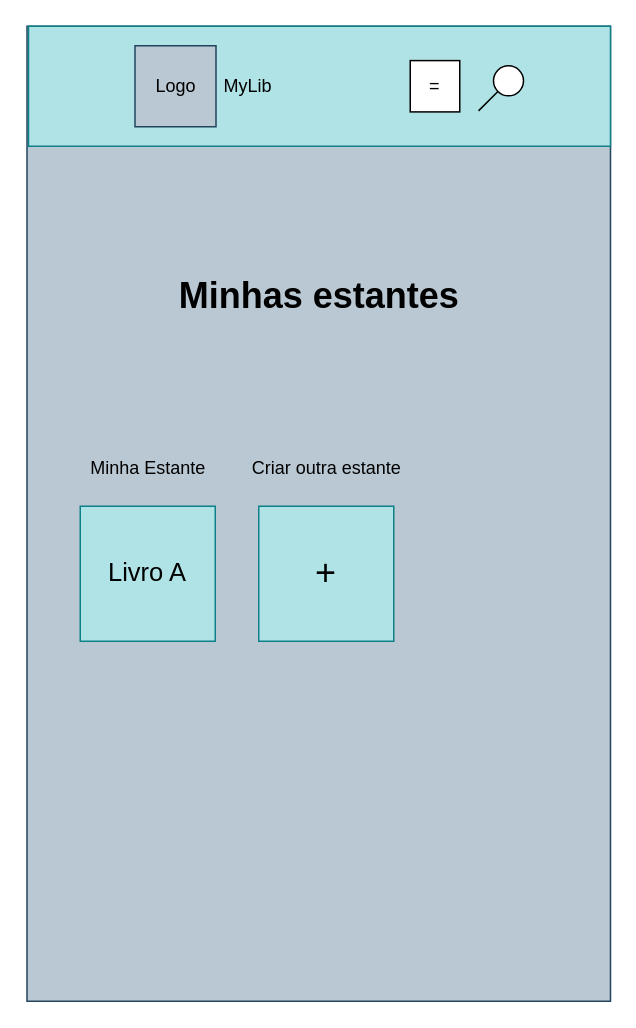
LeoHMuniz/FrontEnd keeps this draw.io diagram as page "Minhas Estantes!" (12 of 13) of Bookshelf.drawio. Above is the earlier version. Source tidied: cells renumbered, new cells numbered last; positions are measured from the earlier drawing's top-left corner, leaving out a move shared by most shapes. Both pictures are drawn from the tidied source at 150%, with x=0, y=0 at pixel (26, 26).
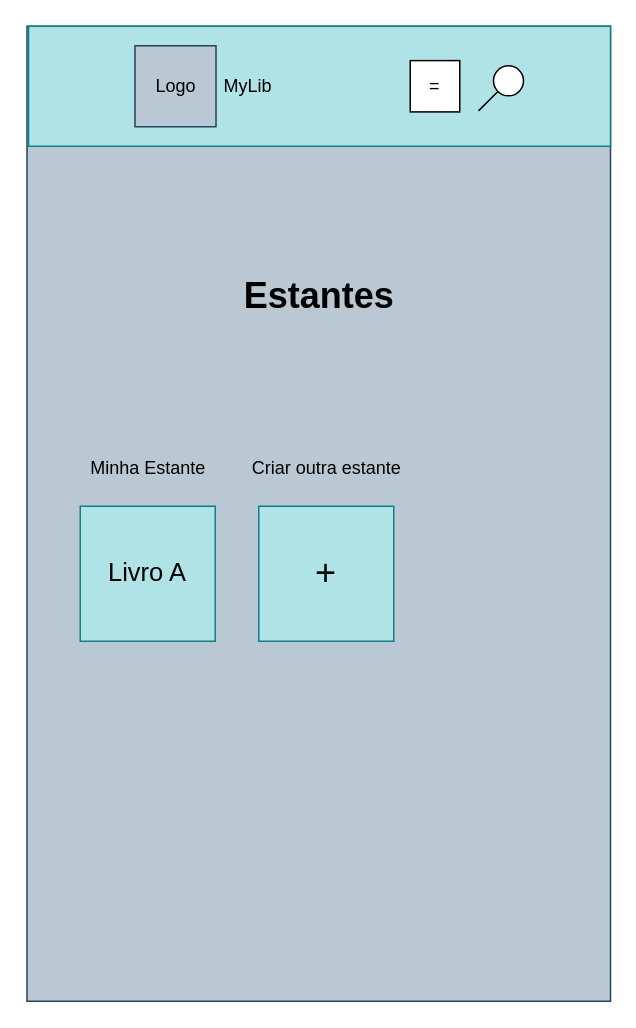
The same diagram, later.

Change to the diagram source:
```diff
@@
 <mxGraphModel>
   <root>
     <mxCell id="0" />
     <mxCell id="1" parent="0" />
     <mxCell id="2" style="rounded=0;whiteSpace=wrap;html=1;fillColor=#bac8d3;strokeColor=#23445d;" parent="1" vertex="1">
       <mxGeometry x="0.5" width="389" height="650" as="geometry" />
     </mxCell>
     <mxCell id="3" value="&lt;font style=&quot;font-size: 17px;&quot;&gt;Livro A&lt;/font&gt;" style="rounded=0;whiteSpace=wrap;html=1;fillColor=#b0e3e6;strokeColor=#0e8088;" parent="1" vertex="1">
       <mxGeometry x="36" y="320" width="90" height="90" as="geometry" />
     </mxCell>
     <mxCell id="4" style="rounded=0;whiteSpace=wrap;html=1;fillColor=#b0e3e6;strokeColor=#0e8088;" parent="1" vertex="1">
       <mxGeometry x="1.5" width="388" height="80" as="geometry" />
     </mxCell>
     <mxCell id="5" value="Logo" style="whiteSpace=wrap;html=1;fillColor=#bac8d3;strokeColor=#23445d;" parent="1" vertex="1">
       <mxGeometry x="72.5" y="13" width="54" height="54" as="geometry" />
     </mxCell>
     <mxCell id="6" value="MyLib" style="text;html=1;strokeColor=none;fillColor=none;align=center;verticalAlign=middle;whiteSpace=wrap;rounded=0;" parent="1" vertex="1">
       <mxGeometry x="102.5" y="25" width="90" height="30" as="geometry" />
     </mxCell>
     <mxCell id="7" value="=&lt;br&gt;" style="rounded=0;whiteSpace=wrap;html=1;" parent="1" vertex="1">
       <mxGeometry x="256" y="22.9" width="33" height="34.2" as="geometry" />
     </mxCell>
     <mxCell id="8" style="ellipse;whiteSpace=wrap;html=1;" parent="1" vertex="1">
       <mxGeometry x="311.5" y="26.4" width="20" height="20" as="geometry" />
     </mxCell>
     <mxCell id="9" style="endArrow=none;html=1;rounded=0;entryX=0;entryY=1;entryDx=0;entryDy=0;" parent="1" edge="1" target="8">
       <mxGeometry relative="1" as="geometry">
         <mxPoint x="301.5" y="56.4" as="sourcePoint" />
       </mxGeometry>
     </mxCell>
-    <mxCell id="10" value="Minhas estantes" style="text;strokeColor=none;fillColor=none;html=1;fontSize=24;fontStyle=1;verticalAlign=middle;align=center;" parent="1" vertex="1">
+    <mxCell id="10" value="Estantes" style="text;strokeColor=none;fillColor=none;html=1;fontSize=24;fontStyle=1;verticalAlign=middle;align=center;" parent="1" vertex="1">
       <mxGeometry x="145" y="160" width="100" height="40" as="geometry" />
     </mxCell>
     <mxCell id="11" value="Minha Estante" style="text;html=1;strokeColor=none;fillColor=none;align=center;verticalAlign=middle;whiteSpace=wrap;rounded=0;" parent="1" vertex="1">
       <mxGeometry x="38.5" y="280" width="85" height="30" as="geometry" />
     </mxCell>
     <mxCell id="12" value="&lt;font style=&quot;font-size: 24px;&quot;&gt;+&lt;/font&gt;" style="rounded=0;whiteSpace=wrap;html=1;fillColor=#b0e3e6;strokeColor=#0e8088;" parent="1" vertex="1">
       <mxGeometry x="155" y="320" width="90" height="90" as="geometry" />
     </mxCell>
     <mxCell id="13" value="Criar outra estante" style="text;html=1;strokeColor=none;fillColor=none;align=center;verticalAlign=middle;whiteSpace=wrap;rounded=0;" parent="1" vertex="1">
       <mxGeometry x="145.8" y="280" width="108.5" height="30" as="geometry" />
     </mxCell>
   </root>
 </mxGraphModel>
```
